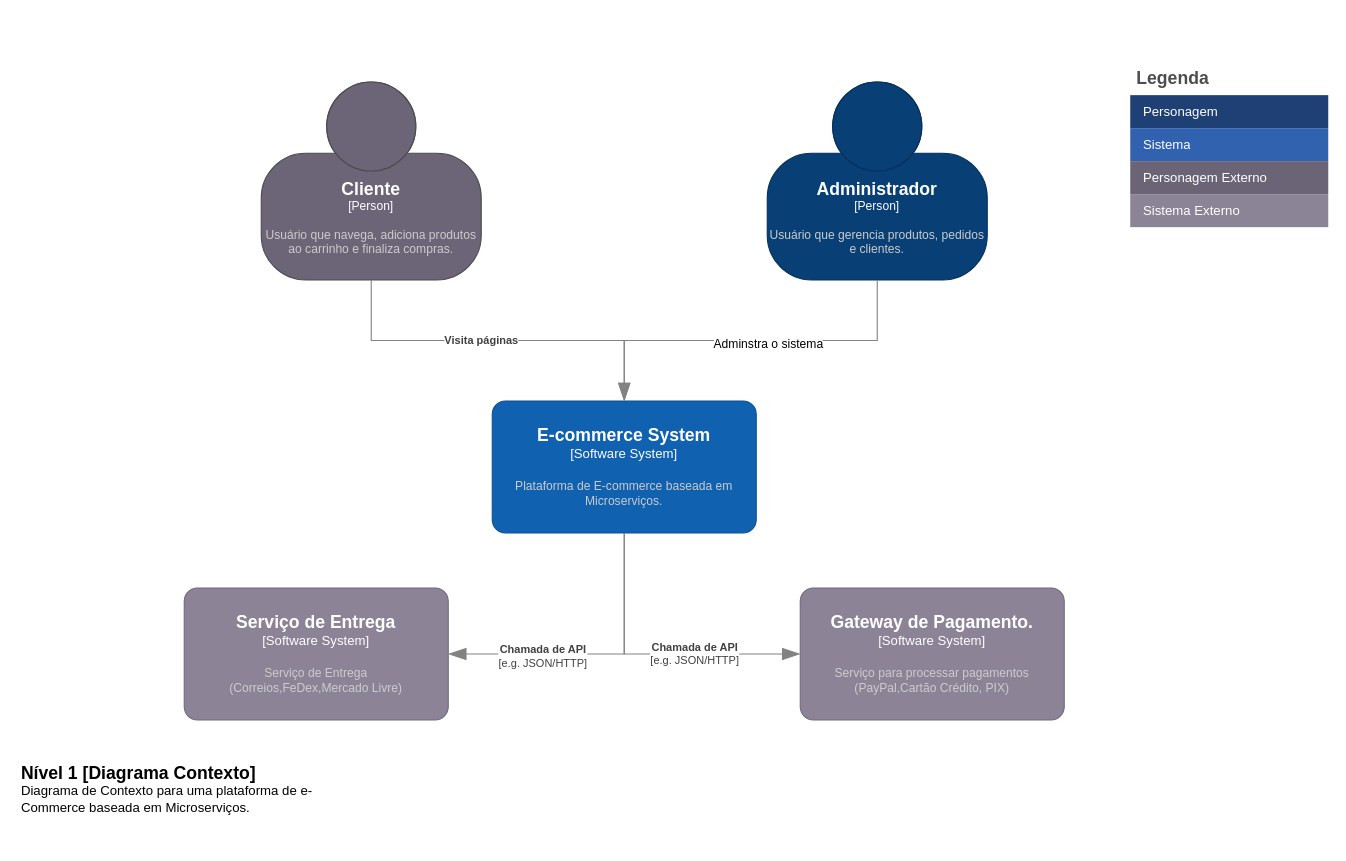
This is page "Contexto" (1 of 5) of Microservicos/Arquitetura e-commerce.drawio from cleversantoro/microservicos-arquitetura, a draw.io file, before an edit. Source tidied: cells renumbered, new cells numbered last; positions are measured from the earlier drawing's top-left corner, leaving out a move shared by most shapes. Both pictures are drawn from the tidied source at 110%, with x=0, y=0 at pixel (19, 62).
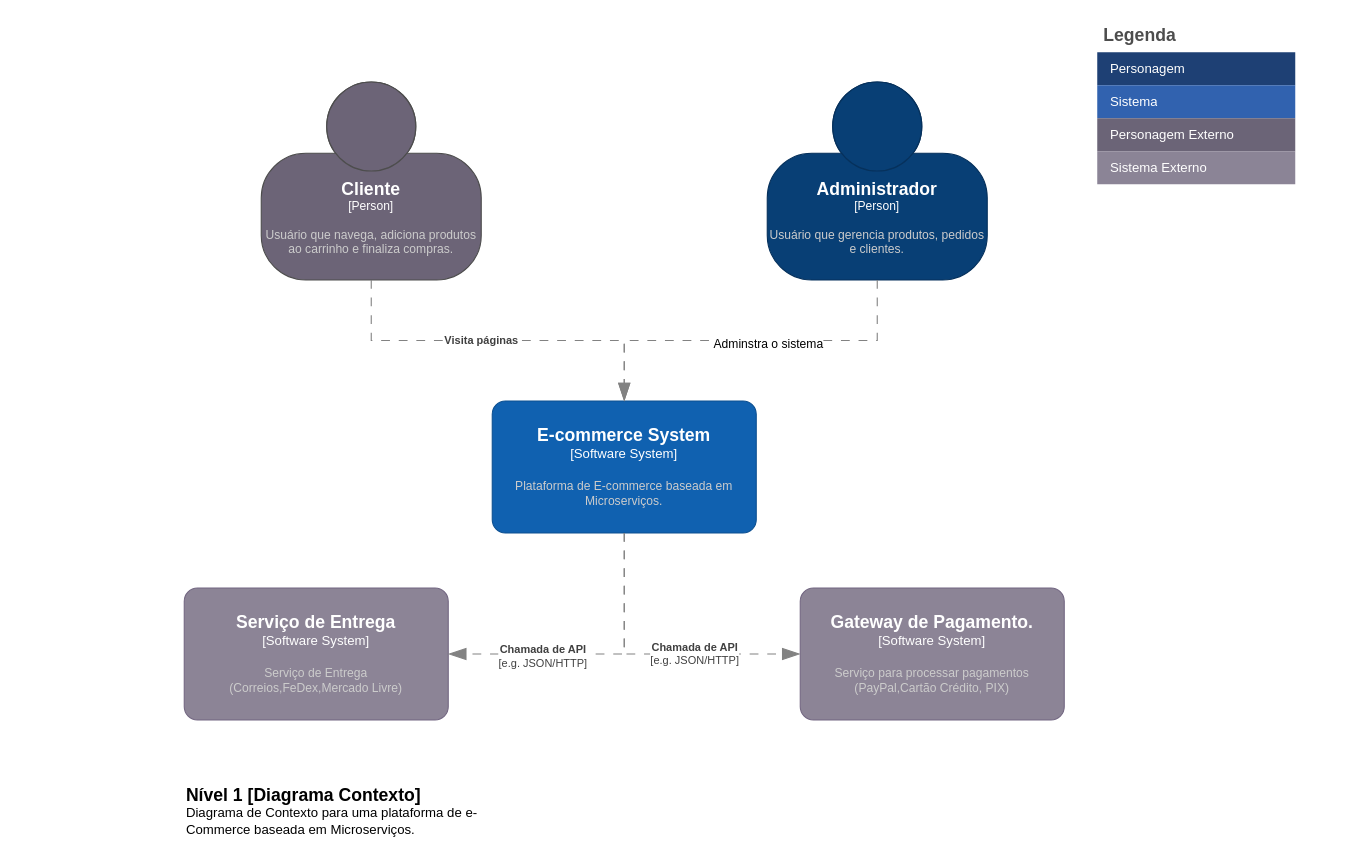
After the change.

Unchanged cells that the change refers to:
```xml
<object id="2" label="&lt;font style=&quot;font-size: 16px&quot;&gt;&lt;b&gt;%c4Name%&lt;/b&gt;&lt;/font&gt;&lt;div&gt;[%c4Type%]&lt;/div&gt;&lt;br&gt;&lt;div&gt;&lt;font style=&quot;font-size: 11px&quot;&gt;&lt;font color=&quot;#cccccc&quot;&gt;%c4Description%&lt;/font&gt;&lt;/div&gt;" c4Description="Usuário que navega, adiciona produtos ao carrinho e finaliza compras." c4Name="Cliente" c4Type="Person" placeholders="1">
  <mxCell style="html=1;fontSize=11;dashed=0;whiteSpace=wrap;fillColor=#6C6477;strokeColor=#4D4D4D;fontColor=#ffffff;shape=mxgraph.c4.person2;align=center;points=[[0.5,0,0],[1,0.5,0],[1,0.75,0],[0.75,1,0],[0.5,1,0],[0.25,1,0],[0,0.75,0],[0,0.5,0]];verticalAlign=middle;fontFamily=Helvetica;" parent="1" vertex="1">
    <mxGeometry x="220" y="18" width="200" height="180" as="geometry" />
  </mxCell>
</object>
<object id="3" label="&lt;font style=&quot;font-size: 16px&quot;&gt;&lt;b&gt;%c4Name%&lt;/b&gt;&lt;/font&gt;&lt;div&gt;[%c4Type%]&lt;/div&gt;&lt;br&gt;&lt;div&gt;&lt;font style=&quot;font-size: 11px&quot;&gt;&lt;font color=&quot;#cccccc&quot;&gt;%c4Description%&lt;/font&gt;&lt;/div&gt;" c4Description="Usuário que gerencia produtos, pedidos e clientes." c4Name="Administrador" c4Type="Person" placeholders="1">
  <mxCell style="html=1;fontSize=11;dashed=0;whiteSpace=wrap;fillColor=#083F75;strokeColor=#06315C;fontColor=#ffffff;shape=mxgraph.c4.person2;align=center;points=[[0.5,0,0],[1,0.5,0],[1,0.75,0],[0.75,1,0],[0.5,1,0],[0.25,1,0],[0,0.75,0],[0,0.5,0]];" parent="1" vertex="1">
    <mxGeometry x="680" y="18" width="200" height="180" as="geometry" />
  </mxCell>
</object>
<object id="4" label="&lt;font style=&quot;font-size: 16px&quot;&gt;&lt;b&gt;%c4Name%&lt;/b&gt;&lt;/font&gt;&lt;div&gt;[%c4Type%]&lt;/div&gt;&lt;br&gt;&lt;div&gt;&lt;font style=&quot;font-size: 11px&quot;&gt;&lt;font color=&quot;#cccccc&quot;&gt;%c4Description%&lt;/font&gt;&lt;/div&gt;" c4Description="Plataforma de E-commerce baseada em Microserviços." c4Name="E-commerce System" c4Type="Software System" placeholders="1">
  <mxCell style="rounded=1;whiteSpace=wrap;html=1;labelBackgroundColor=none;fillColor=#1061B0;fontColor=#ffffff;align=center;arcSize=10;strokeColor=#0D5091;points=[[0.25,0,0],[0.5,0,0],[0.75,0,0],[1,0.25,0],[1,0.5,0],[1,0.75,0],[0.75,1,0],[0.5,1,0],[0.25,1,0],[0,0.75,0],[0,0.5,0],[0,0.25,0]];" parent="1" vertex="1">
    <mxGeometry x="430" y="308" width="240" height="120" as="geometry" />
  </mxCell>
</object>
<object id="5" label="&lt;font style=&quot;font-size: 16px&quot;&gt;&lt;b&gt;%c4Name%&lt;/b&gt;&lt;/font&gt;&lt;div&gt;[%c4Type%]&lt;/div&gt;&lt;br&gt;&lt;div&gt;&lt;font style=&quot;font-size: 11px&quot;&gt;&lt;font color=&quot;#cccccc&quot;&gt;%c4Description%&lt;/font&gt;&lt;/div&gt;" c4Description="Serviço para processar pagamentos&#10;(PayPal,Cartão Crédito, PIX)" c4Name="Gateway de Pagamento." c4Type="Software System" placeholders="1">
  <mxCell style="rounded=1;whiteSpace=wrap;html=1;labelBackgroundColor=none;fillColor=#8C8496;fontColor=#ffffff;align=center;arcSize=10;strokeColor=#736782;points=[[0.25,0,0],[0.5,0,0],[0.75,0,0],[1,0.25,0],[1,0.5,0],[1,0.75,0],[0.75,1,0],[0.5,1,0],[0.25,1,0],[0,0.75,0],[0,0.5,0],[0,0.25,0]];" parent="1" vertex="1">
    <mxGeometry x="710" y="478" width="240" height="120" as="geometry" />
  </mxCell>
</object>
<object id="20" label="&lt;font style=&quot;font-size: 16px&quot;&gt;&lt;b&gt;%c4Name%&lt;/b&gt;&lt;/font&gt;&lt;div&gt;[%c4Type%]&lt;/div&gt;&lt;br&gt;&lt;div&gt;&lt;font style=&quot;font-size: 11px&quot;&gt;&lt;font color=&quot;#cccccc&quot;&gt;%c4Description%&lt;/font&gt;&lt;/div&gt;" c4Description="Serviço de Entrega &#10;(Correios,FeDex,Mercado Livre)" c4Name="Serviço de Entrega" c4Type="Software System" placeholders="1">
  <mxCell style="rounded=1;whiteSpace=wrap;html=1;labelBackgroundColor=none;fillColor=#8C8496;fontColor=#ffffff;align=center;arcSize=10;strokeColor=#736782;points=[[0.25,0,0],[0.5,0,0],[0.75,0,0],[1,0.25,0],[1,0.5,0],[1,0.75,0],[0.75,1,0],[0.5,1,0],[0.25,1,0],[0,0.75,0],[0,0.5,0],[0,0.25,0]];" parent="1" vertex="1">
    <mxGeometry x="150" y="478" width="240" height="120" as="geometry" />
  </mxCell>
</object>
```

What changed in the source:
```diff
@@
     <object id="6" label="&lt;font style=&quot;font-size: 16px&quot;&gt;&lt;b&gt;&lt;div style=&quot;text-align: left&quot;&gt;%c4Name%&lt;/div&gt;&lt;/b&gt;&lt;/font&gt;&lt;div style=&quot;text-align: left&quot;&gt;%c4Description%&lt;/div&gt;" c4Description="Diagrama de Contexto para uma plataforma de e-Commerce baseada em Microserviços." c4Name="Nível 1 [Diagrama Contexto]" placeholders="1">
       <mxCell style="text;html=1;strokeColor=none;fillColor=none;align=left;verticalAlign=top;whiteSpace=wrap;rounded=0;" parent="1" vertex="1">
-        <mxGeometry y="630" width="320" height="60" as="geometry" />
+        <mxGeometry x="150" y="650" width="320" height="60" as="geometry" />
       </mxCell>
     </object>
     <object id="7" label="&lt;div style=&quot;text-align: left&quot;&gt;&lt;div style=&quot;text-align: center&quot;&gt;&lt;b&gt;%c4Description%&lt;/b&gt;&lt;/div&gt;&lt;div style=&quot;text-align: center&quot;&gt;[%c4Technology%]&lt;/div&gt;&lt;/div&gt;" c4Description="Chamada de API" c4Technology="e.g. JSON/HTTP" placeholders="1">
-      <mxCell style="endArrow=blockThin;html=1;fontSize=10;fontColor=#404040;strokeWidth=1;endFill=1;strokeColor=#828282;elbow=vertical;endSize=14;startSize=14;jumpStyle=arc;jumpSize=16;rounded=0;edgeStyle=orthogonalEdgeStyle;exitX=0.5;exitY=1;exitDx=0;exitDy=0;exitPerimeter=0;entryX=0;entryY=0.5;entryDx=0;entryDy=0;entryPerimeter=0;" parent="1" edge="1" source="4" target="5">
+      <mxCell style="endArrow=blockThin;html=1;fontSize=10;fontColor=#404040;strokeWidth=1;endFill=1;strokeColor=#828282;elbow=vertical;endSize=14;startSize=14;jumpStyle=arc;jumpSize=16;rounded=0;edgeStyle=orthogonalEdgeStyle;exitX=0.5;exitY=1;exitDx=0;exitDy=0;exitPerimeter=0;entryX=0;entryY=0.5;entryDx=0;entryDy=0;entryPerimeter=0;dashed=1;dashPattern=8 8;" parent="1" edge="1" source="4" target="5">
         <mxGeometry x="0.29" relative="1" as="geometry" />
       </mxCell>
     </object>
     <object id="8" label="&lt;div style=&quot;text-align: left&quot;&gt;&lt;div style=&quot;text-align: center&quot;&gt;&lt;b&gt;%c4Description%&lt;/b&gt;&lt;/div&gt;" c4Description="Visita páginas" placeholders="1">
-      <mxCell style="endArrow=blockThin;html=1;fontSize=10;fontColor=#404040;strokeWidth=1;endFill=1;strokeColor=#828282;elbow=vertical;endSize=14;startSize=14;jumpStyle=arc;jumpSize=16;rounded=0;edgeStyle=orthogonalEdgeStyle;exitX=0.5;exitY=1;exitDx=0;exitDy=0;exitPerimeter=0;entryX=0.5;entryY=0;entryDx=0;entryDy=0;entryPerimeter=0;" parent="1" edge="1" source="2" target="4">
+      <mxCell style="endArrow=blockThin;html=1;fontSize=10;fontColor=#404040;strokeWidth=1;endFill=1;strokeColor=#828282;elbow=vertical;endSize=14;startSize=14;jumpStyle=arc;jumpSize=16;rounded=0;edgeStyle=orthogonalEdgeStyle;exitX=0.5;exitY=1;exitDx=0;exitDy=0;exitPerimeter=0;entryX=0.5;entryY=0;entryDx=0;entryDy=0;entryPerimeter=0;dashed=1;dashPattern=8 8;" parent="1" edge="1" source="2" target="4">
         <mxGeometry x="-0.09" relative="1" as="geometry" />
       </mxCell>
     </object>
-    <mxCell id="9" style="endArrow=blockThin;html=1;fontSize=10;fontColor=#404040;strokeWidth=1;endFill=1;strokeColor=#828282;elbow=vertical;endSize=14;startSize=14;jumpStyle=arc;jumpSize=16;rounded=0;edgeStyle=orthogonalEdgeStyle;exitX=0.5;exitY=1;exitDx=0;exitDy=0;exitPerimeter=0;entryX=0.5;entryY=0;entryDx=0;entryDy=0;entryPerimeter=0;" parent="1" edge="1" source="3" target="4">
+    <mxCell id="9" style="endArrow=blockThin;html=1;fontSize=10;fontColor=#404040;strokeWidth=1;endFill=1;strokeColor=#828282;elbow=vertical;endSize=14;startSize=14;jumpStyle=arc;jumpSize=16;rounded=0;edgeStyle=orthogonalEdgeStyle;exitX=0.5;exitY=1;exitDx=0;exitDy=0;exitPerimeter=0;entryX=0.5;entryY=0;entryDx=0;entryDy=0;entryPerimeter=0;dashed=1;dashPattern=8 8;" parent="1" edge="1" source="3" target="4">
       <mxGeometry relative="1" as="geometry" />
     </mxCell>
@@
     <mxCell id="11" value="Legenda" style="shape=table;startSize=30;childLayout=tableLayout;fontSize=16;align=left;verticalAlign=top;fillColor=none;strokeColor=none;fontColor=#4D4D4D;fontStyle=1;spacingLeft=6;spacing=0;" parent="1" vertex="1">
-      <mxGeometry x="1010" width="180" height="150" as="geometry" />
+      <mxGeometry x="980" y="-39" width="180" height="150" as="geometry" />
     </mxCell>
@@
     <object id="21" label="&lt;div style=&quot;text-align: left&quot;&gt;&lt;div style=&quot;text-align: center&quot;&gt;&lt;b&gt;%c4Description%&lt;/b&gt;&lt;/div&gt;&lt;div style=&quot;text-align: center&quot;&gt;[%c4Technology%]&lt;/div&gt;&lt;/div&gt;" c4Description="Chamada de API" c4Technology="e.g. JSON/HTTP" placeholders="1">
-      <mxCell style="endArrow=blockThin;html=1;fontSize=10;fontColor=#404040;strokeWidth=1;endFill=1;strokeColor=#828282;elbow=vertical;endSize=14;startSize=14;jumpStyle=arc;jumpSize=16;rounded=0;edgeStyle=orthogonalEdgeStyle;exitX=0.5;exitY=1;exitDx=0;exitDy=0;exitPerimeter=0;entryX=1;entryY=0.5;entryDx=0;entryDy=0;entryPerimeter=0;" parent="1" edge="1" source="4" target="20">
+      <mxCell style="endArrow=blockThin;html=1;fontSize=10;fontColor=#404040;strokeWidth=1;endFill=1;strokeColor=#828282;elbow=vertical;endSize=14;startSize=14;jumpStyle=arc;jumpSize=16;rounded=0;edgeStyle=orthogonalEdgeStyle;exitX=0.5;exitY=1;exitDx=0;exitDy=0;exitPerimeter=0;entryX=1;entryY=0.5;entryDx=0;entryDy=0;entryPerimeter=0;dashed=1;dashPattern=8 8;" parent="1" edge="1" source="4" target="20">
         <mxGeometry x="0.36" y="2" relative="1" as="geometry">
           <Array as="points">
             <mxPoint x="550" y="538" />
           </Array>
         </mxGeometry>
       </mxCell>
     </object>
```
